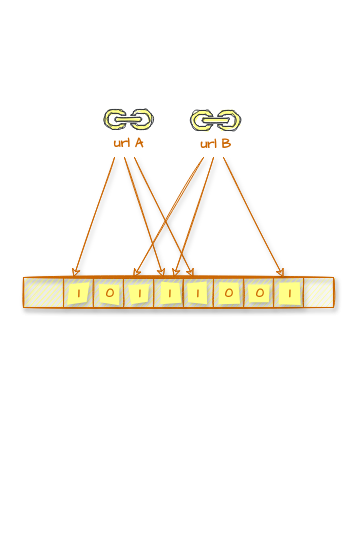
Before: page "bloomfilter" (2 of 6) of res/design.drawio in vincent-scw/mysearchengine, a draw.io diagram. Source tidied: cells renumbered, new cells numbered last; positions are measured from the earlier drawing's top-left corner, leaving out a move shared by most shapes. Both pictures are drawn from the tidied source at 100%, with x=0, y=0 at pixel (23, 109).
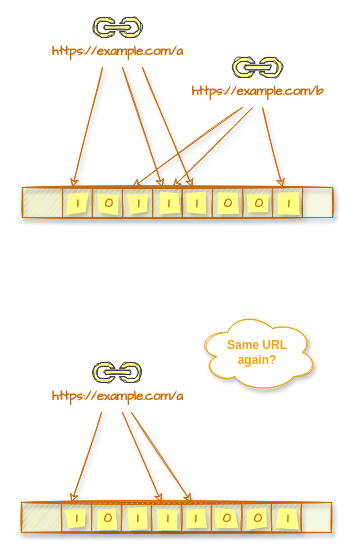
The same diagram, later.

Diff of the diagram source:
```diff
@@
     <mxCell id="2" style="rounded=0;sketch=1;orthogonalLoop=1;jettySize=auto;html=1;shadow=1;endArrow=classic;endFill=0;strokeWidth=1;fontFamily=Comic Sans MS;fontSize=13;fontColor=#000000;fillColor=#cce5ff;strokeColor=#CC6600;" parent="1" edge="1">
       <mxGeometry relative="1" as="geometry">
-        <mxPoint x="91" y="48" as="sourcePoint" />
-        <mxPoint x="50" y="168" as="targetPoint" />
+        <mxPoint x="79" y="-42" as="sourcePoint" />
+        <mxPoint x="49" y="78" as="targetPoint" />
       </mxGeometry>
     </mxCell>
     <mxCell id="3" style="rounded=0;sketch=1;orthogonalLoop=1;jettySize=auto;html=1;shadow=1;endArrow=classic;endFill=0;strokeWidth=1;fontFamily=Comic Sans MS;fontSize=13;fontColor=#000000;fillColor=#cce5ff;strokeColor=#CC6600;" parent="1" edge="1">
       <mxGeometry relative="1" as="geometry">
-        <mxPoint x="101" y="48" as="sourcePoint" />
-        <mxPoint x="140" y="168" as="targetPoint" />
+        <mxPoint x="99" y="-42" as="sourcePoint" />
+        <mxPoint x="139" y="78" as="targetPoint" />
       </mxGeometry>
     </mxCell>
     <mxCell id="4" style="rounded=0;sketch=1;orthogonalLoop=1;jettySize=auto;html=1;shadow=1;endArrow=classic;endFill=0;strokeWidth=1;fontFamily=Comic Sans MS;fontSize=13;fontColor=#000000;fillColor=#cce5ff;strokeColor=#CC6600;" parent="1" edge="1">
       <mxGeometry relative="1" as="geometry">
-        <mxPoint x="111" y="48" as="sourcePoint" />
-        <mxPoint x="170" y="168" as="targetPoint" />
+        <mxPoint x="119" y="-42" as="sourcePoint" />
+        <mxPoint x="169" y="78" as="targetPoint" />
       </mxGeometry>
     </mxCell>
     <mxCell id="5" style="rounded=0;sketch=1;orthogonalLoop=1;jettySize=auto;html=1;shadow=1;endArrow=classic;endFill=0;strokeWidth=1;fontFamily=Comic Sans MS;fontSize=13;fontColor=#000000;fillColor=#cce5ff;strokeColor=#CC6600;" parent="1" edge="1">
       <mxGeometry relative="1" as="geometry">
-        <mxPoint x="180" y="48" as="sourcePoint" />
-        <mxPoint x="110" y="168" as="targetPoint" />
+        <mxPoint x="219" y="-2" as="sourcePoint" />
+        <mxPoint x="109" y="78" as="targetPoint" />
       </mxGeometry>
     </mxCell>
     <mxCell id="6" style="rounded=0;sketch=1;orthogonalLoop=1;jettySize=auto;html=1;shadow=1;endArrow=classic;endFill=0;strokeWidth=1;fontFamily=Comic Sans MS;fontSize=13;fontColor=#000000;fillColor=#cce5ff;strokeColor=#CC6600;" parent="1" edge="1">
       <mxGeometry relative="1" as="geometry">
-        <mxPoint x="190" y="48" as="sourcePoint" />
-        <mxPoint x="150" y="168" as="targetPoint" />
+        <mxPoint x="229" y="-2" as="sourcePoint" />
+        <mxPoint x="149" y="78" as="targetPoint" />
       </mxGeometry>
     </mxCell>
     <mxCell id="7" style="group;shadow=1;sketch=1;fillColor=#ffff88;strokeColor=#CC6600;fontColor=#CC6600;fontStyle=1;fillStyle=auto;fontSize=13;" parent="1" vertex="1">
-      <mxGeometry y="168" width="310" height="30" as="geometry" />
+      <mxGeometry x="-1" y="78" width="310" height="30" as="geometry" />
     </mxCell>
@@
     <mxCell id="28" style="rounded=0;sketch=1;orthogonalLoop=1;jettySize=auto;html=1;shadow=1;endArrow=classic;endFill=0;strokeWidth=1;fontFamily=Comic Sans MS;fontSize=13;fontColor=#000000;fillColor=#cce5ff;strokeColor=#CC6600;" parent="1" edge="1">
       <mxGeometry relative="1" as="geometry">
-        <mxPoint x="200" y="48" as="sourcePoint" />
-        <mxPoint x="260" y="168" as="targetPoint" />
+        <mxPoint x="239" y="-2" as="sourcePoint" />
+        <mxPoint x="259" y="78" as="targetPoint" />
       </mxGeometry>
     </mxCell>
-    <mxCell id="29" value="url A" style="shadow=0;dashed=0;html=1;strokeColor=#36393d;fillColor=#ffff88;labelPosition=center;verticalLabelPosition=bottom;verticalAlign=top;align=center;shape=mxgraph.office.concepts.link;labelBackgroundColor=none;sketch=1;fontFamily=Comic Sans MS;fontSize=13;fontColor=#CC6600;fontStyle=1;fillStyle=solid;" parent="1" vertex="1">
-      <mxGeometry x="80" width="50" height="20" as="geometry" />
+    <mxCell id="29" value="https://example.com/a" style="shadow=0;dashed=0;html=1;strokeColor=#36393d;fillColor=#ffff88;labelPosition=center;verticalLabelPosition=bottom;verticalAlign=top;align=center;shape=mxgraph.office.concepts.link;labelBackgroundColor=none;sketch=1;fontFamily=Comic Sans MS;fontSize=13;fontColor=#CC6600;fontStyle=1;fillStyle=solid;" parent="1" vertex="1">
+      <mxGeometry x="69" y="-92" width="50" height="20" as="geometry" />
     </mxCell>
-    <mxCell id="30" value="url B" style="shadow=0;dashed=0;html=1;strokeColor=#36393d;fillColor=#ffff88;labelPosition=center;verticalLabelPosition=bottom;verticalAlign=top;align=center;shape=mxgraph.office.concepts.link;labelBackgroundColor=none;sketch=1;fontFamily=Comic Sans MS;fontSize=13;fontColor=#CC6600;fontStyle=1;fillStyle=solid;" parent="1" vertex="1">
-      <mxGeometry x="167" y="1" width="50" height="20" as="geometry" />
+    <mxCell id="30" value="https://example.com/b" style="shadow=0;dashed=0;html=1;strokeColor=#36393d;fillColor=#ffff88;labelPosition=center;verticalLabelPosition=bottom;verticalAlign=top;align=center;shape=mxgraph.office.concepts.link;labelBackgroundColor=none;sketch=1;fontFamily=Comic Sans MS;fontSize=13;fontColor=#CC6600;fontStyle=1;fillStyle=solid;" parent="1" vertex="1">
+      <mxGeometry x="209" y="-52" width="50" height="20" as="geometry" />
     </mxCell>
+    <mxCell id="31" style="rounded=0;sketch=1;orthogonalLoop=1;jettySize=auto;html=1;shadow=1;endArrow=classic;endFill=0;strokeWidth=1;fontFamily=Comic Sans MS;fontSize=13;fontColor=#000000;fillColor=#cce5ff;strokeColor=#CC6600;" parent="1" edge="1">
+      <mxGeometry relative="1" as="geometry">
+        <mxPoint x="78" y="303" as="sourcePoint" />
+        <mxPoint x="48" y="393" as="targetPoint" />
+      </mxGeometry>
+    </mxCell>
+    <mxCell id="32" style="rounded=0;sketch=1;orthogonalLoop=1;jettySize=auto;html=1;shadow=1;endArrow=classic;endFill=0;strokeWidth=1;fontFamily=Comic Sans MS;fontSize=13;fontColor=#000000;fillColor=#cce5ff;strokeColor=#CC6600;" parent="1" edge="1">
+      <mxGeometry relative="1" as="geometry">
+        <mxPoint x="99" y="303" as="sourcePoint" />
+        <mxPoint x="138" y="393" as="targetPoint" />
+      </mxGeometry>
+    </mxCell>
+    <mxCell id="33" style="rounded=0;sketch=1;orthogonalLoop=1;jettySize=auto;html=1;shadow=1;endArrow=classic;endFill=0;strokeWidth=1;fontFamily=Comic Sans MS;fontSize=13;fontColor=#000000;fillColor=#cce5ff;strokeColor=#CC6600;" parent="1" edge="1">
+      <mxGeometry relative="1" as="geometry">
+        <mxPoint x="108" y="303" as="sourcePoint" />
+        <mxPoint x="168" y="393" as="targetPoint" />
+      </mxGeometry>
+    </mxCell>
+    <mxCell id="34" style="group;shadow=1;sketch=1;fillColor=#ffff88;strokeColor=#CC6600;fontColor=#CC6600;fontStyle=1;fillStyle=auto;fontSize=13;" parent="1" vertex="1">
+      <mxGeometry x="-2" y="393" width="310" height="30" as="geometry" />
+    </mxCell>
+    <mxCell id="35" style="group;shadow=1;sketch=1;fillColor=#ffff88;strokeColor=#CC6600;fontColor=#CC6600;fontStyle=1;fontSize=13;" parent="34" vertex="1">
+      <mxGeometry width="280" height="30" as="geometry" />
+    </mxCell>
+    <mxCell id="36" style="endArrow=none;html=1;shadow=1;strokeWidth=1;fontFamily=Comic Sans MS;fontSize=13;sketch=1;fontStyle=1;fillColor=#ffff88;strokeColor=#CC6600;fontColor=#CC6600;" parent="35" edge="1">
+      <mxGeometry relative="1" as="geometry">
+        <mxPoint as="sourcePoint" />
+        <mxPoint x="310" as="targetPoint" />
+      </mxGeometry>
+    </mxCell>
+    <mxCell id="37" style="endArrow=none;html=1;shadow=1;strokeWidth=1;fontFamily=Comic Sans MS;fontSize=13;sketch=1;fontStyle=1;fillColor=#ffff88;strokeColor=#CC6600;fontColor=#CC6600;" parent="35" edge="1">
+      <mxGeometry relative="1" as="geometry">
+        <mxPoint y="30" as="sourcePoint" />
+        <mxPoint x="310" y="30" as="targetPoint" />
+      </mxGeometry>
+    </mxCell>
+    <mxCell id="38" style="endArrow=none;html=1;shadow=1;strokeWidth=1;fontFamily=Comic Sans MS;fontSize=13;sketch=1;fontStyle=1;fillColor=#ffff88;strokeColor=#CC6600;fontColor=#CC6600;" parent="35" edge="1">
+      <mxGeometry relative="1" as="geometry">
+        <mxPoint x="40" y="30" as="sourcePoint" />
+        <mxPoint x="40" as="targetPoint" />
+      </mxGeometry>
+    </mxCell>
+    <mxCell id="39" style="endArrow=none;html=1;shadow=1;strokeWidth=1;fontFamily=Comic Sans MS;fontSize=13;sketch=1;fontStyle=1;fillColor=#ffff88;strokeColor=#CC6600;fontColor=#CC6600;" parent="35" edge="1">
+      <mxGeometry relative="1" as="geometry">
+        <mxPoint x="70" y="30" as="sourcePoint" />
+        <mxPoint x="70" as="targetPoint" />
+      </mxGeometry>
+    </mxCell>
+    <mxCell id="40" style="endArrow=none;html=1;shadow=1;strokeWidth=1;fontFamily=Comic Sans MS;fontSize=13;sketch=1;fontStyle=1;fillColor=#ffff88;strokeColor=#CC6600;fontColor=#CC6600;" parent="35" edge="1">
+      <mxGeometry relative="1" as="geometry">
+        <mxPoint x="100" y="30" as="sourcePoint" />
+        <mxPoint x="100" as="targetPoint" />
+      </mxGeometry>
+    </mxCell>
+    <mxCell id="41" style="endArrow=none;html=1;shadow=1;strokeWidth=1;fontFamily=Comic Sans MS;fontSize=13;sketch=1;fontStyle=1;fillColor=#ffff88;strokeColor=#CC6600;fontColor=#CC6600;" parent="35" edge="1">
+      <mxGeometry relative="1" as="geometry">
+        <mxPoint x="130" y="30" as="sourcePoint" />
+        <mxPoint x="130" as="targetPoint" />
+      </mxGeometry>
+    </mxCell>
+    <mxCell id="42" style="endArrow=none;html=1;shadow=1;strokeWidth=1;fontFamily=Comic Sans MS;fontSize=13;sketch=1;fontStyle=1;fillColor=#ffff88;strokeColor=#CC6600;fontColor=#CC6600;" parent="35" edge="1">
+      <mxGeometry relative="1" as="geometry">
+        <mxPoint x="160" y="30" as="sourcePoint" />
+        <mxPoint x="160" as="targetPoint" />
+      </mxGeometry>
+    </mxCell>
+    <mxCell id="43" style="endArrow=none;html=1;shadow=1;strokeWidth=1;fontFamily=Comic Sans MS;fontSize=13;sketch=1;fontStyle=1;fillColor=#ffff88;strokeColor=#CC6600;fontColor=#CC6600;" parent="35" edge="1">
+      <mxGeometry relative="1" as="geometry">
+        <mxPoint x="190" y="30" as="sourcePoint" />
+        <mxPoint x="190" as="targetPoint" />
+      </mxGeometry>
+    </mxCell>
+    <mxCell id="44" style="endArrow=none;html=1;shadow=1;strokeWidth=1;fontFamily=Comic Sans MS;fontSize=13;sketch=1;fontStyle=1;fillColor=#ffff88;strokeColor=#CC6600;fontColor=#CC6600;" parent="35" edge="1">
+      <mxGeometry relative="1" as="geometry">
+        <mxPoint x="220" y="30" as="sourcePoint" />
+        <mxPoint x="220" as="targetPoint" />
+      </mxGeometry>
+    </mxCell>
+    <mxCell id="45" style="endArrow=none;html=1;shadow=1;strokeWidth=1;fontFamily=Comic Sans MS;fontSize=13;sketch=1;fontStyle=1;fillColor=#ffff88;strokeColor=#CC6600;fontColor=#CC6600;" parent="35" edge="1">
+      <mxGeometry relative="1" as="geometry">
+        <mxPoint x="250" y="30" as="sourcePoint" />
+        <mxPoint x="250" as="targetPoint" />
+      </mxGeometry>
+    </mxCell>
+    <mxCell id="46" value="1" style="text;html=1;align=center;verticalAlign=middle;fontSize=13;fontFamily=Comic Sans MS;sketch=1;fontStyle=1;shadow=1;fillColor=#ffff88;fontColor=#CC6600;fillStyle=solid;" parent="35" vertex="1">
+      <mxGeometry x="45" y="6" width="20" height="20" as="geometry" />
+    </mxCell>
+    <mxCell id="47" value="1" style="text;html=1;align=center;verticalAlign=middle;fontSize=13;fontFamily=Comic Sans MS;sketch=1;fontStyle=1;shadow=1;fillColor=#ffff88;fontColor=#CC6600;fillStyle=solid;" parent="35" vertex="1">
+      <mxGeometry x="106" y="6" width="20" height="20" as="geometry" />
+    </mxCell>
+    <mxCell id="48" value="1" style="text;html=1;align=center;verticalAlign=middle;fontSize=13;fontFamily=Comic Sans MS;sketch=1;fontStyle=1;shadow=1;fillColor=#ffff88;fontColor=#CC6600;fillStyle=solid;" parent="35" vertex="1">
+      <mxGeometry x="163.5" y="6" width="20" height="20" as="geometry" />
+    </mxCell>
+    <mxCell id="49" value="1" style="text;html=1;align=center;verticalAlign=middle;fontSize=13;fontFamily=Comic Sans MS;sketch=1;fontStyle=1;shadow=1;fillColor=#ffff88;fontColor=#CC6600;fillStyle=solid;" parent="35" vertex="1">
+      <mxGeometry x="136" y="6" width="20" height="20" as="geometry" />
+    </mxCell>
+    <mxCell id="50" value="0" style="text;html=1;align=center;verticalAlign=middle;fontSize=13;fontFamily=Comic Sans MS;sketch=1;fontStyle=1;shadow=1;fillColor=#ffff88;fontColor=#CC6600;fillStyle=solid;" parent="35" vertex="1">
+      <mxGeometry x="76" y="6" width="20" height="20" as="geometry" />
+    </mxCell>
+    <mxCell id="51" value="0" style="text;html=1;align=center;verticalAlign=middle;fontSize=13;fontFamily=Comic Sans MS;sketch=1;fontStyle=1;shadow=1;fillColor=#ffff88;fontColor=#CC6600;fillStyle=solid;" parent="35" vertex="1">
+      <mxGeometry x="195" y="6" width="20" height="20" as="geometry" />
+    </mxCell>
+    <mxCell id="52" value="0" style="text;html=1;align=center;verticalAlign=middle;fontSize=13;fontFamily=Comic Sans MS;sketch=1;fontStyle=1;shadow=1;fillColor=#ffff88;fontColor=#CC6600;fillStyle=solid;" parent="35" vertex="1">
+      <mxGeometry x="226" y="6" width="20" height="20" as="geometry" />
+    </mxCell>
+    <mxCell id="53" value="1" style="text;html=1;align=center;verticalAlign=middle;fontSize=13;fontFamily=Comic Sans MS;sketch=1;fontStyle=1;shadow=1;fillColor=#ffff88;fontColor=#CC6600;fillStyle=solid;" parent="35" vertex="1">
+      <mxGeometry x="256" y="6" width="20" height="20" as="geometry" />
+    </mxCell>
+    <mxCell id="54" style="endArrow=none;html=1;shadow=1;strokeWidth=1;fontFamily=Comic Sans MS;fontSize=13;fontColor=#CC6600;sketch=1;fillColor=#ffff88;strokeColor=#CC6600;fontStyle=1;" parent="34" edge="1">
+      <mxGeometry relative="1" as="geometry">
+        <mxPoint x="310" y="30" as="sourcePoint" />
+        <mxPoint x="310" as="targetPoint" />
+      </mxGeometry>
+    </mxCell>
+    <mxCell id="55" value="https://example.com/a" style="shadow=0;dashed=0;html=1;strokeColor=#36393d;fillColor=#ffff88;labelPosition=center;verticalLabelPosition=bottom;verticalAlign=top;align=center;shape=mxgraph.office.concepts.link;labelBackgroundColor=none;sketch=1;fontFamily=Comic Sans MS;fontSize=13;fontColor=#CC6600;fontStyle=1;fillStyle=solid;" parent="1" vertex="1">
+      <mxGeometry x="69" y="253" width="50" height="20" as="geometry" />
+    </mxCell>
+    <mxCell id="56" value="Same URL &lt;br&gt;again?" style="ellipse;shape=cloud;whiteSpace=wrap;html=1;shadow=1;strokeColor=#F0A30A;fontColor=#F0A30A;fontStyle=1;sketch=1;" parent="1" vertex="1">
+      <mxGeometry x="174" y="203" width="120" height="80" as="geometry" />
+    </mxCell>
```
